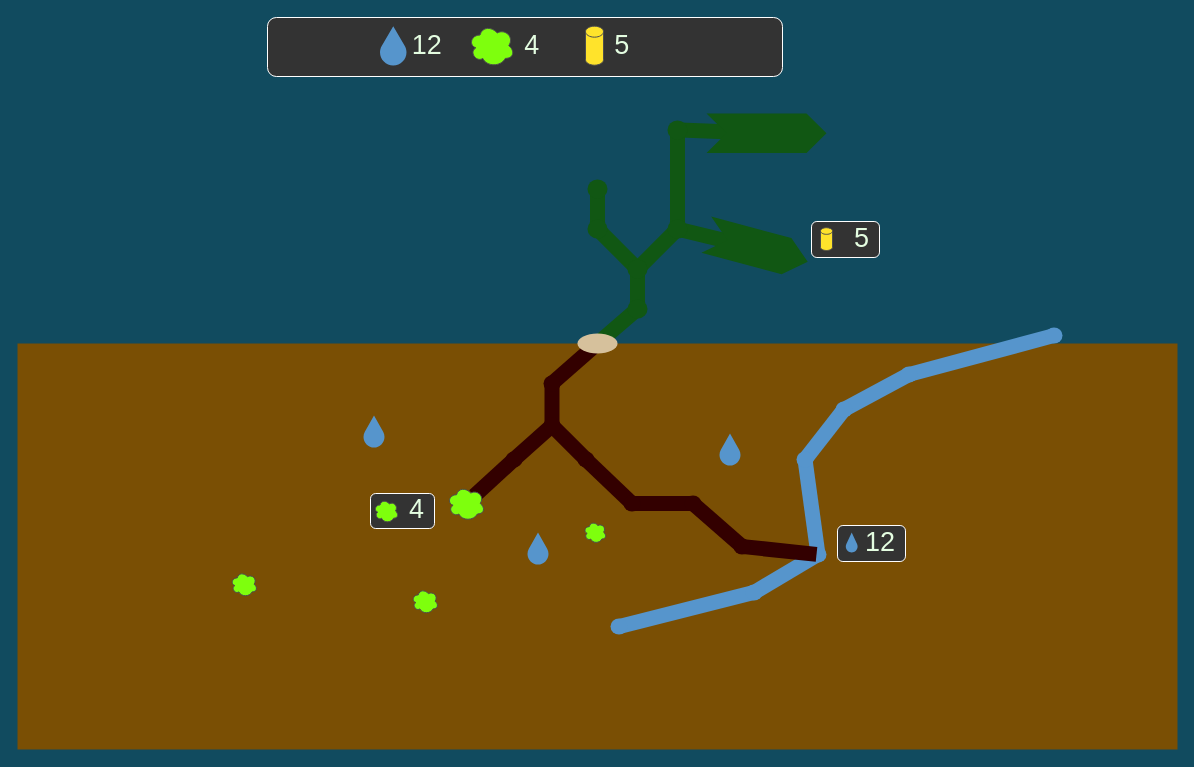
The draw.io diagram doc/TheSeed.drawio in lotcz/theSeed, before the edit. Source tidied: cells renumbered, new cells numbered last; positions are measured from the earlier drawing's top-left corner, leaving out a move shared by most shapes. Both pictures are drawn from the tidied source at 100%, with x=0, y=0 at pixel (17, 17).
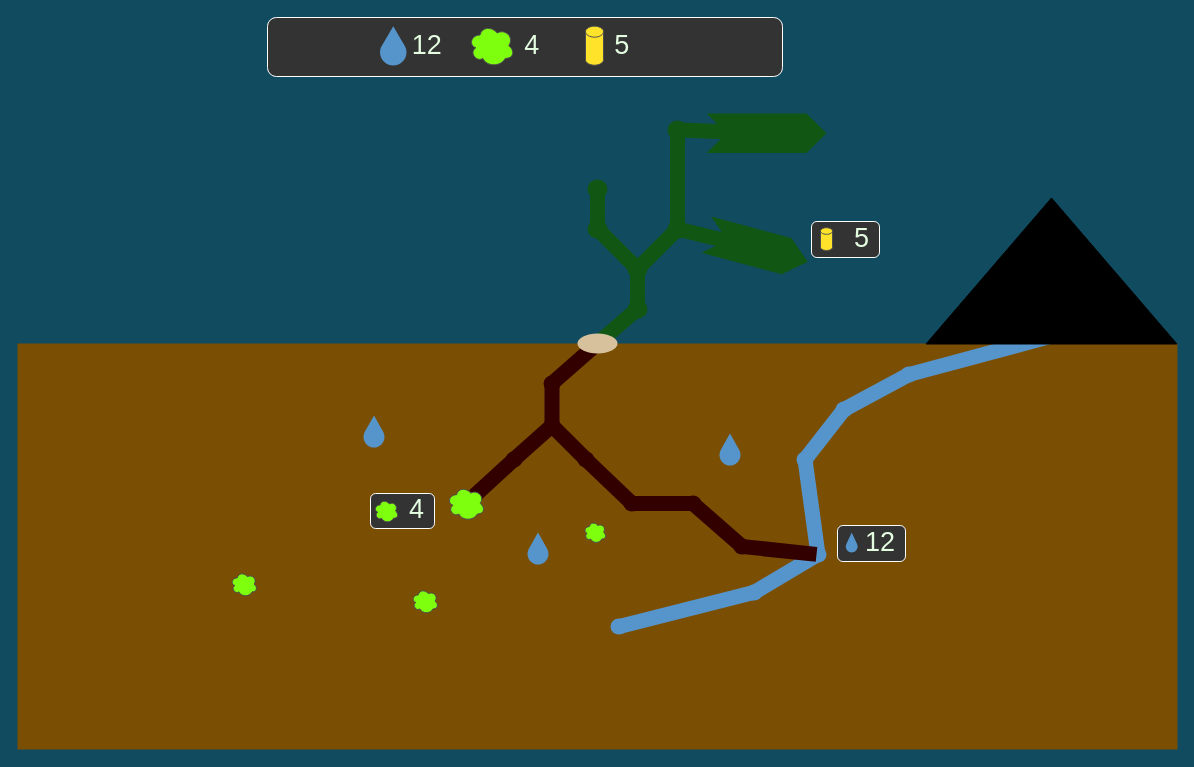
The same page after the edit.

The edit, as a diff of the source:
```diff
@@
+    <mxCell id="70" style="triangle;whiteSpace=wrap;html=1;fillColor=#000000;rotation=-90;" parent="1" vertex="1">
+      <mxGeometry x="961" y="128" width="146" height="251" as="geometry" />
+    </mxCell>
```
